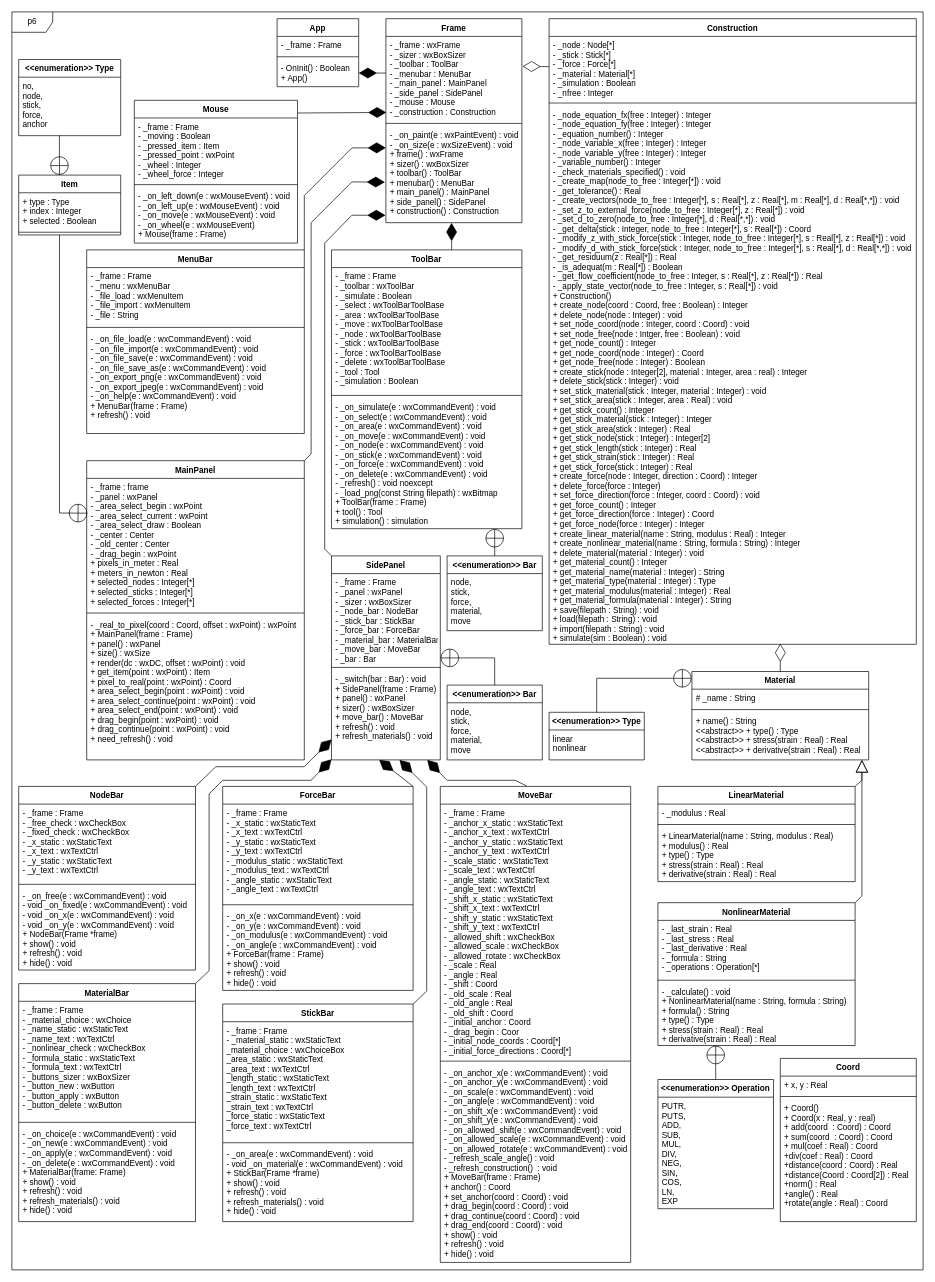
The draw.io diagram class_diagram.drawio in kyrylo-sovailo/P6, before the edit. Source tidied: cells renumbered, new cells numbered last; positions are measured from the earlier drawing's top-left corner, leaving out a move shared by most shapes. Both pictures are drawn from the tidied source at 68%, with x=0, y=0 at pixel (12, 12).
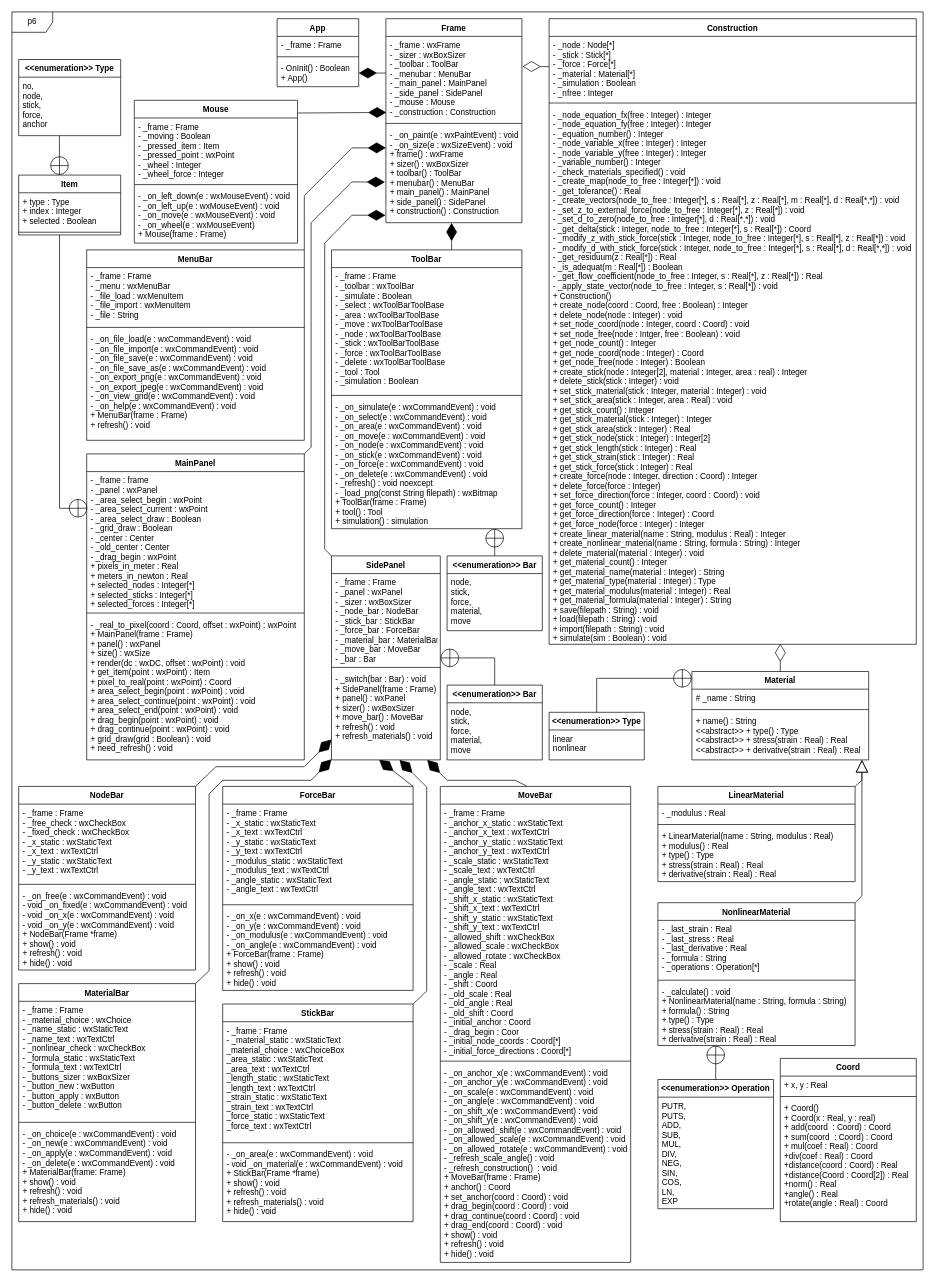
Above is the later version.

Unchanged cells that the change refers to:
```xml
<mxCell id="22" value="- _on_paint(e : wxPaintEvent) : void&#10;- _on_size(e : wxSizeEvent) : void&#10;+ frame() : wxFrame&#10;+ sizer() : wxBoxSizer&#10;+ toolbar() : ToolBar&#10;+ menubar() : MenuBar&#10;+ main_panel() : MainPanel&#10;+ side_panel() : SidePanel&#10;+ construction() : Construction" style="text;strokeColor=none;fillColor=none;align=left;verticalAlign=top;spacingLeft=4;spacingRight=4;overflow=hidden;points=[[0,0.5],[1,0.5]];portConstraint=eastwest;" parent="19" vertex="1">
  <mxGeometry y="158" width="200" height="142" as="geometry" />
</mxCell>
```

What changed in the source:
```diff
@@
     <mxCell id="27" value="MainPanel" style="swimlane;fontStyle=1;align=center;verticalAlign=top;horizontal=1;startSize=26;" parent="1" vertex="1">
-      <mxGeometry x="110" y="660" width="320" height="440" as="geometry" />
+      <mxGeometry x="110" y="650" width="320" height="450" as="geometry" />
     </mxCell>
-    <mxCell id="28" value="- _frame : frame&#10;- _panel : wxPanel&#10;- _area_select_begin : wxPoint&#10;- _area_select_current : wxPoint&#10;- _area_select_draw : Boolean&#10;- _center : Center&#10;- _old_center : Center&#10;- _drag_begin : wxPoint&#10;+ pixels_in_meter : Real&#10;+ meters_in_newton : Real&#10;+ selected_nodes : Integer[*]&#10;+ selected_sticks : Integer[*]&#10;+ selected_forces : Integer[*]" style="text;strokeColor=none;fillColor=none;align=left;verticalAlign=top;spacingLeft=4;spacingRight=4;overflow=hidden;points=[[0,0.5],[1,0.5]];portConstraint=eastwest;" parent="27" vertex="1">
-      <mxGeometry y="26" width="320" height="194" as="geometry" />
+    <mxCell id="28" value="- _frame : frame&#10;- _panel : wxPanel&#10;- _area_select_begin : wxPoint&#10;- _area_select_current : wxPoint&#10;- _area_select_draw : Boolean&#10;- _grid_draw : Boolean&#10;- _center : Center&#10;- _old_center : Center&#10;- _drag_begin : wxPoint&#10;+ pixels_in_meter : Real&#10;+ meters_in_newton : Real&#10;+ selected_nodes : Integer[*]&#10;+ selected_sticks : Integer[*]&#10;+ selected_forces : Integer[*]" style="text;strokeColor=none;fillColor=none;align=left;verticalAlign=top;spacingLeft=4;spacingRight=4;overflow=hidden;points=[[0,0.5],[1,0.5]];portConstraint=eastwest;" parent="27" vertex="1">
+      <mxGeometry y="26" width="320" height="204" as="geometry" />
     </mxCell>
     <mxCell id="29" style="line;strokeWidth=1;fillColor=none;align=left;verticalAlign=middle;spacingTop=-1;spacingLeft=3;spacingRight=3;labelPosition=right;" parent="27" vertex="1">
-      <mxGeometry y="220" width="320" height="8" as="geometry" />
+      <mxGeometry y="230" width="320" height="8" as="geometry" />
     </mxCell>
-    <mxCell id="30" value="- _real_to_pixel(coord : Coord, offset : wxPoint) : wxPoint&#10;+ MainPanel(frame : Frame)&#10;+ panel() : wxPanel&#10;+ size() : wxSize&#10;+ render(dc : wxDC, offset : wxPoint) : void&#10;+ get_item(point : wxPoint) : Item&#10;+ pixel_to_real(point : wxPoint) : Coord&#10;+ area_select_begin(point : wxPoint) : void&#10;+ area_select_continue(point : wxPoint) : void&#10;+ area_select_end(point : wxPoint) : void&#10;+ drag_begin(point : wxPoint) : void&#10;+ drag_continue(point : wxPoint) : void&#10;+ need_refresh() : void&#10;" style="text;strokeColor=none;fillColor=none;align=left;verticalAlign=top;spacingLeft=4;spacingRight=4;overflow=hidden;" parent="27" vertex="1">
-      <mxGeometry y="228" width="320" height="212" as="geometry" />
+    <mxCell id="30" value="- _real_to_pixel(coord : Coord, offset : wxPoint) : wxPoint&#10;+ MainPanel(frame : Frame)&#10;+ panel() : wxPanel&#10;+ size() : wxSize&#10;+ render(dc : wxDC, offset : wxPoint) : void&#10;+ get_item(point : wxPoint) : Item&#10;+ pixel_to_real(point : wxPoint) : Coord&#10;+ area_select_begin(point : wxPoint) : void&#10;+ area_select_continue(point : wxPoint) : void&#10;+ area_select_end(point : wxPoint) : void&#10;+ drag_begin(point : wxPoint) : void&#10;+ drag_continue(point : wxPoint) : void&#10;+ grid_draw(grid : Boolean) : void&#10;+ need_refresh() : void&#10;" style="text;strokeColor=none;fillColor=none;align=left;verticalAlign=top;spacingLeft=4;spacingRight=4;overflow=hidden;" parent="27" vertex="1">
+      <mxGeometry y="238" width="320" height="212" as="geometry" />
     </mxCell>
@@
     <mxCell id="39" value="MenuBar" style="swimlane;fontStyle=1;align=center;verticalAlign=top;horizontal=1;startSize=26;" parent="1" vertex="1">
-      <mxGeometry x="110" y="350" width="320" height="270" as="geometry" />
+      <mxGeometry x="110" y="350" width="320" height="280" as="geometry" />
     </mxCell>
@@
-    <mxCell id="42" value="- _on_file_load(e : wxCommandEvent) : void&#10;- _on_file_import(e : wxCommandEvent) : void&#10;- _on_file_save(e : wxCommandEvent) : void&#10;- _on_file_save_as(e : wxCommandEvent) : void&#10;- _on_export_png(e : wxCommandEvent) : void&#10;- _on_export_jpeg(e : wxCommandEvent) : void&#10;- _on_help(e : wxCommandEvent) : void&#10;+ MenuBar(frame : Frame)&#10;+ refresh() : void" style="text;strokeColor=none;fillColor=none;align=left;verticalAlign=top;spacingLeft=4;spacingRight=4;overflow=hidden;" parent="39" vertex="1">
-      <mxGeometry y="118" width="320" height="152" as="geometry" />
+    <mxCell id="42" value="- _on_file_load(e : wxCommandEvent) : void&#10;- _on_file_import(e : wxCommandEvent) : void&#10;- _on_file_save(e : wxCommandEvent) : void&#10;- _on_file_save_as(e : wxCommandEvent) : void&#10;- _on_export_png(e : wxCommandEvent) : void&#10;- _on_export_jpeg(e : wxCommandEvent) : void&#10;- _on_view_grid(e : wxCommandEvent) : void&#10;- _on_help(e : wxCommandEvent) : void&#10;+ MenuBar(frame : Frame)&#10;+ refresh() : void" style="text;strokeColor=none;fillColor=none;align=left;verticalAlign=top;spacingLeft=4;spacingRight=4;overflow=hidden;" parent="39" vertex="1">
+      <mxGeometry y="118" width="320" height="162" as="geometry" />
     </mxCell>
@@
     <mxCell id="89" style="endArrow=diamondThin;endFill=1;endSize=24;html=1;entryX=-0.007;entryY=0.58;entryDx=0;entryDy=0;entryPerimeter=0;rounded=0;exitX=1;exitY=0;exitDx=0;exitDy=0;" parent="1" edge="1" source="27" target="22">
       <mxGeometry relative="1" as="geometry">
         <Array as="points">
-          <mxPoint x="440" y="650" />
+          <mxPoint x="440" y="640" />
           <mxPoint x="440" y="310" />
           <mxPoint x="500" y="250" />
         </Array>
       </mxGeometry>
     </mxCell>
@@
     <mxCell id="104" style="endArrow=circlePlus;endFill=0;endSize=12;html=1;entryX=0.004;entryY=0.264;entryDx=0;entryDy=0;entryPerimeter=0;rounded=0;" parent="1" edge="1" target="28">
       <mxGeometry relative="1" as="geometry">
         <mxPoint x="70" y="328" as="sourcePoint" />
         <Array as="points">
-          <mxPoint x="70" y="737" />
-          <mxPoint x="85" y="737" />
+          <mxPoint x="70" y="730" />
+          <mxPoint x="85" y="730" />
         </Array>
       </mxGeometry>
     </mxCell>
```
